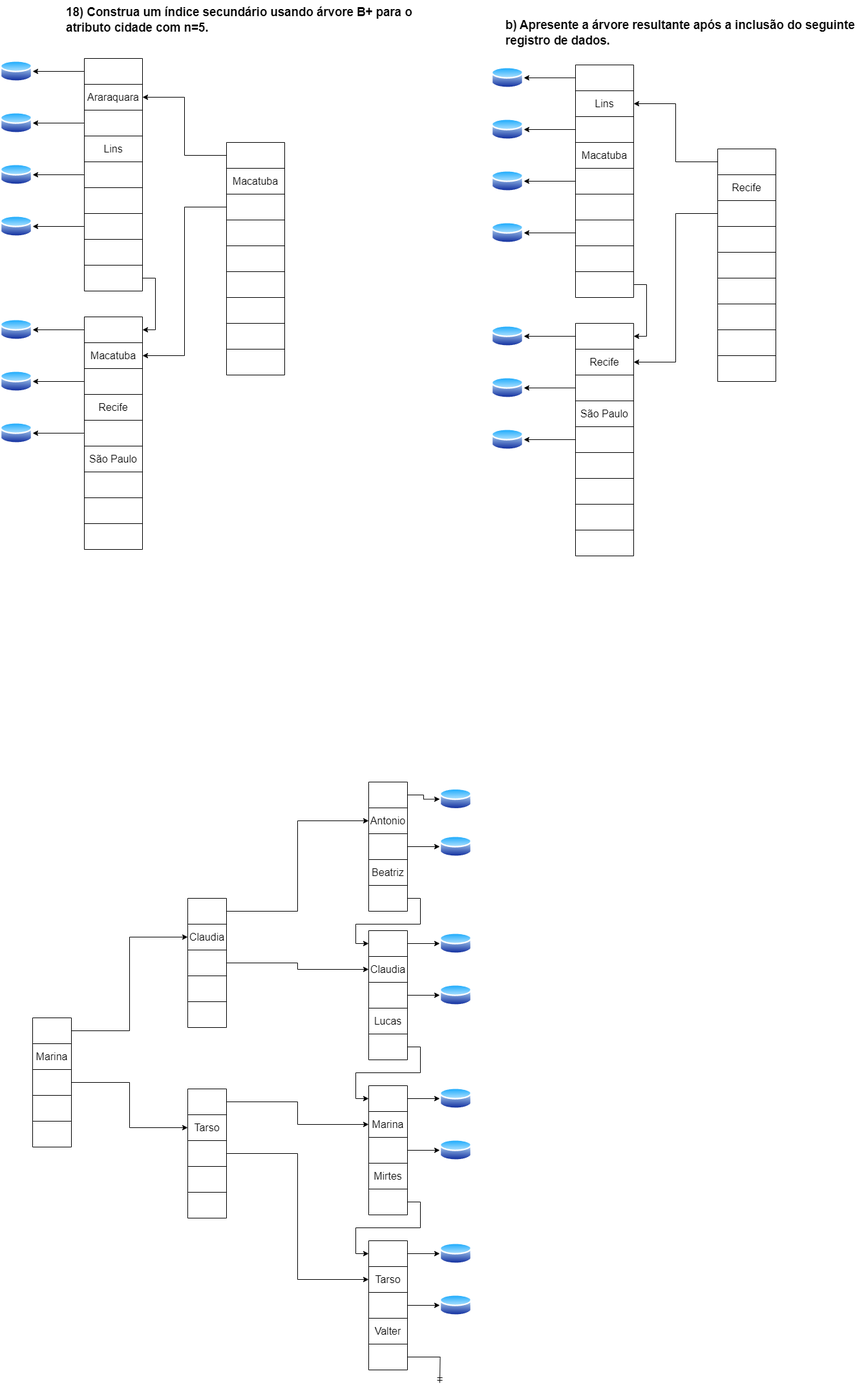
This is arvore b cidade n=5.drawio.png from VitorFonseca123/exerc_indice_BD, a draw.io export, as it was before one commit. Source tidied: cells renumbered, new cells last; positions are measured from the earlier drawing's top-left corner, leaving out a move shared by most shapes.
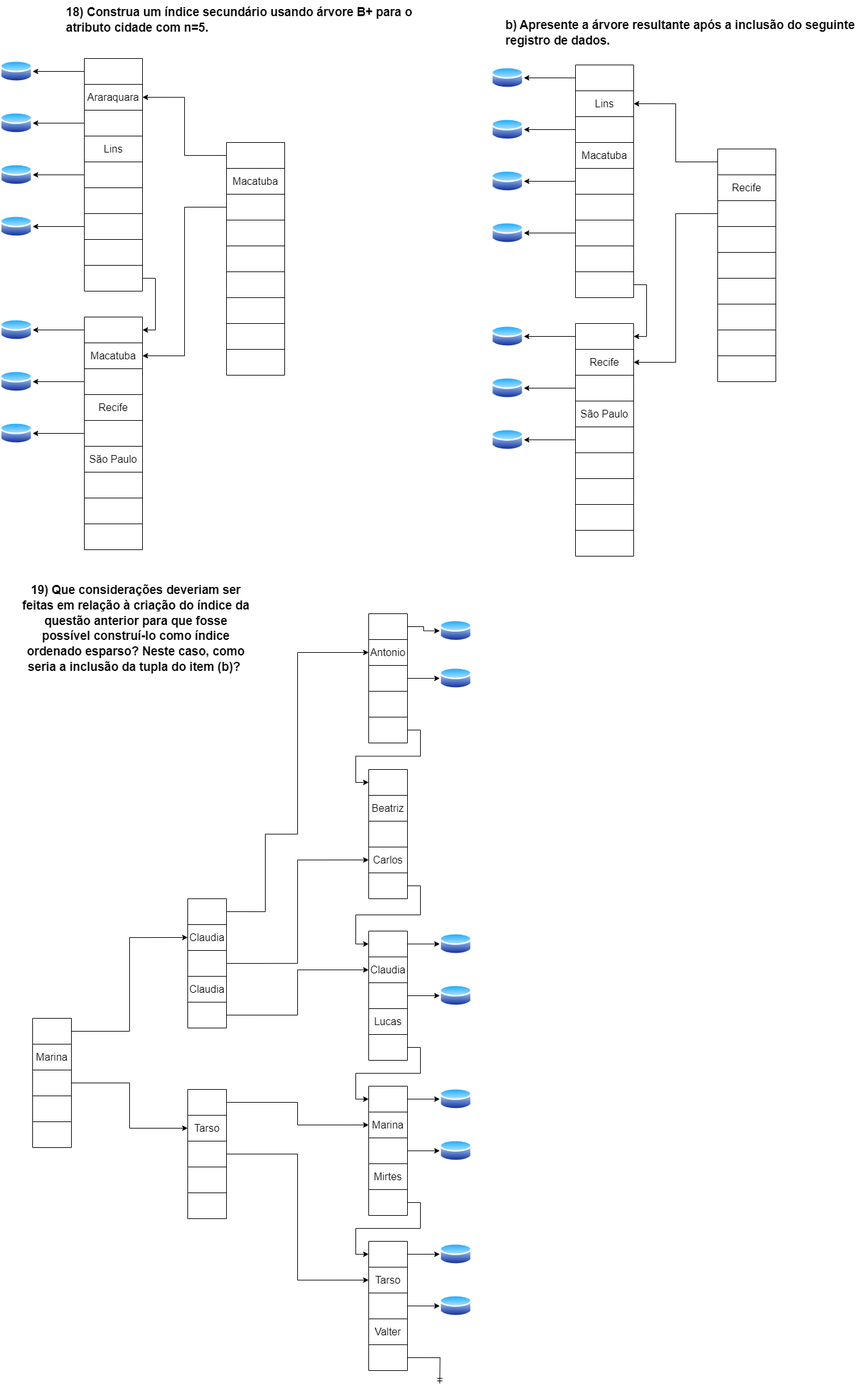
After the commit.

The edit, as a diff of the source:
```diff
@@ -453,7 +453,7 @@
       <mxGeometry relative="1" as="geometry" />
     </mxCell>
     <mxCell id="152" style="shape=table;startSize=0;fontSize=16;" parent="1" vertex="1">
-      <mxGeometry x="570" y="1210" width="60" height="200" as="geometry" />
+      <mxGeometry x="570" y="949" width="60" height="200" as="geometry" />
     </mxCell>
     <mxCell id="153" style="shape=tableRow;horizontal=0;startSize=0;swimlaneHead=0;swimlaneBody=0;strokeColor=inherit;top=0;left=0;bottom=0;right=0;fillColor=none;points=[[0,0.5],[1,0.5]];portConstraint=eastwest;fontSize=16;" parent="152" vertex="1">
       <mxGeometry width="60" height="40" as="geometry" />
@@ -476,7 +476,7 @@
     <mxCell id="159" style="shape=tableRow;horizontal=0;startSize=0;swimlaneHead=0;swimlaneBody=0;strokeColor=inherit;top=0;left=0;bottom=0;right=0;fillColor=none;fontSize=16;" parent="152" vertex="1">
       <mxGeometry y="120" width="60" height="40" as="geometry" />
     </mxCell>
-    <mxCell id="160" value="Beatriz" style="shape=partialRectangle;html=1;whiteSpace=wrap;strokeColor=inherit;overflow=hidden;fillColor=none;top=0;left=0;bottom=0;right=0;fontSize=16;" parent="159" vertex="1">
+    <mxCell id="160" style="shape=partialRectangle;html=1;whiteSpace=wrap;strokeColor=inherit;overflow=hidden;fillColor=none;top=0;left=0;bottom=0;right=0;fontSize=16;" parent="159" vertex="1">
       <mxGeometry width="60" height="40" as="geometry" />
     </mxCell>
     <mxCell id="161" style="shape=tableRow;horizontal=0;startSize=0;swimlaneHead=0;swimlaneBody=0;strokeColor=inherit;top=0;left=0;bottom=0;right=0;fillColor=none;points=[[0,0.5],[1,0.5]];portConstraint=eastwest;fontSize=16;" parent="152" vertex="1">
@@ -486,13 +486,13 @@
       <mxGeometry width="60" height="40" as="geometry" />
     </mxCell>
     <mxCell id="163" style="image;perimeter=ellipsePerimeter;html=1;align=center;shadow=0;dashed=0;spacingTop=3;image=img/lib/active_directory/database.svg;" parent="1" vertex="1">
-      <mxGeometry x="680" y="1218" width="50" height="37" as="geometry" />
+      <mxGeometry x="680" y="957" width="50" height="37" as="geometry" />
     </mxCell>
     <mxCell id="164" style="edgeStyle=orthogonalEdgeStyle;rounded=0;jettySize=auto;html=1;exitX=1;exitY=0.5;exitDx=0;exitDy=0;entryX=0;entryY=0.5;entryDx=0;entryDy=0;" parent="1" edge="1" source="153" target="163">
       <mxGeometry relative="1" as="geometry" />
     </mxCell>
     <mxCell id="165" style="image;perimeter=ellipsePerimeter;html=1;align=center;shadow=0;dashed=0;spacingTop=3;image=img/lib/active_directory/database.svg;" parent="1" vertex="1">
-      <mxGeometry x="680" y="1291.5" width="50" height="37" as="geometry" />
+      <mxGeometry x="680" y="1030.5" width="50" height="37" as="geometry" />
     </mxCell>
     <mxCell id="166" style="edgeStyle=orthogonalEdgeStyle;rounded=0;jettySize=auto;html=1;exitX=1;exitY=0.5;exitDx=0;exitDy=0;entryX=0;entryY=0.5;entryDx=0;entryDy=0;" parent="1" edge="1" source="157" target="165">
       <mxGeometry relative="1" as="geometry" />
@@ -542,9 +542,6 @@
     <mxCell id="181" style="edgeStyle=orthogonalEdgeStyle;rounded=0;jettySize=auto;html=1;exitX=1;exitY=0.5;exitDx=0;exitDy=0;entryX=0;entryY=0.5;entryDx=0;entryDy=0;" parent="1" edge="1" source="172" target="180">
       <mxGeometry relative="1" as="geometry" />
     </mxCell>
-    <mxCell id="182" style="edgeStyle=orthogonalEdgeStyle;rounded=0;jettySize=auto;html=1;exitX=1;exitY=0.5;exitDx=0;exitDy=0;entryX=0;entryY=0.5;entryDx=0;entryDy=0;" parent="1" edge="1" source="161" target="168">
-      <mxGeometry relative="1" as="geometry" />
-    </mxCell>
     <mxCell id="183" style="shape=table;startSize=0;fontSize=16;" parent="1" vertex="1">
       <mxGeometry x="570" y="1680" width="60" height="200" as="geometry" />
     </mxCell>
@@ -670,7 +667,7 @@
     <mxCell id="223" style="shape=tableRow;horizontal=0;startSize=0;swimlaneHead=0;swimlaneBody=0;strokeColor=inherit;top=0;left=0;bottom=0;right=0;fillColor=none;fontSize=16;" parent="216" vertex="1">
       <mxGeometry y="120" width="60" height="40" as="geometry" />
     </mxCell>
-    <mxCell id="224" style="shape=partialRectangle;html=1;whiteSpace=wrap;strokeColor=inherit;overflow=hidden;fillColor=none;top=0;left=0;bottom=0;right=0;fontSize=16;" parent="223" vertex="1">
+    <mxCell id="224" value="Claudia" style="shape=partialRectangle;html=1;whiteSpace=wrap;strokeColor=inherit;overflow=hidden;fillColor=none;top=0;left=0;bottom=0;right=0;fontSize=16;" parent="223" vertex="1">
       <mxGeometry width="60" height="40" as="geometry" />
     </mxCell>
     <mxCell id="225" style="shape=tableRow;horizontal=0;startSize=0;swimlaneHead=0;swimlaneBody=0;strokeColor=inherit;top=0;left=0;bottom=0;right=0;fillColor=none;points=[[0,0.5],[1,0.5]];portConstraint=eastwest;fontSize=16;" parent="216" vertex="1">
@@ -758,9 +755,16 @@
       <mxGeometry relative="1" as="geometry" />
     </mxCell>
     <mxCell id="253" style="edgeStyle=orthogonalEdgeStyle;rounded=0;jettySize=auto;html=1;exitX=1;exitY=0.5;exitDx=0;exitDy=0;" parent="1" edge="1" source="217" target="155">
-      <mxGeometry relative="1" as="geometry" />
+      <mxGeometry relative="1" as="geometry">
+        <Array as="points">
+          <mxPoint x="410" y="1410" />
+          <mxPoint x="410" y="1290" />
+          <mxPoint x="460" y="1290" />
+          <mxPoint x="460" y="1009" />
+        </Array>
+      </mxGeometry>
     </mxCell>
-    <mxCell id="254" style="edgeStyle=orthogonalEdgeStyle;rounded=0;jettySize=auto;html=1;exitX=1;exitY=0.5;exitDx=0;exitDy=0;" parent="1" edge="1" source="221" target="170">
+    <mxCell id="254" style="edgeStyle=orthogonalEdgeStyle;rounded=0;jettySize=auto;html=1;exitX=1;exitY=0.5;exitDx=0;exitDy=0;entryX=0;entryY=0.5;entryDx=0;entryDy=0;" parent="1" edge="1" source="221" target="265">
       <mxGeometry relative="1" as="geometry" />
     </mxCell>
     <mxCell id="255" style="edgeStyle=orthogonalEdgeStyle;rounded=0;jettySize=auto;html=1;exitX=1;exitY=0.5;exitDx=0;exitDy=0;entryX=0;entryY=0.5;entryDx=0;entryDy=0;" parent="1" edge="1" source="228" target="186">
@@ -769,5 +773,50 @@
     <mxCell id="256" style="edgeStyle=orthogonalEdgeStyle;rounded=0;jettySize=auto;html=1;exitX=1;exitY=0.5;exitDx=0;exitDy=0;entryX=0;entryY=0.5;entryDx=0;entryDy=0;" parent="1" edge="1" source="232" target="202">
       <mxGeometry relative="1" as="geometry" />
     </mxCell>
+    <mxCell id="257" value="&#10;&lt;span style=&quot;-webkit-user-drag: none; -webkit-tap-highlight-color: transparent; margin: 0px; padding: 0px; user-select: text; font-variant-ligatures: none !important; color: rgb(0, 0, 0); font-style: normal; font-variant-caps: normal; letter-spacing: normal; orphans: 2; text-align: justify; text-indent: 0px; text-transform: none; widows: 2; word-spacing: 0px; -webkit-text-stroke-width: 0px; white-space: pre-wrap; background-color: rgb(255, 255, 255); text-decoration-thickness: initial; text-decoration-style: initial; text-decoration-color: initial; font-size: 14pt; line-height: 23.7417px; font-family: Arial, Arial_EmbeddedFont, Arial_MSFontService, sans-serif; font-weight: bold;&quot; class=&quot;TextRun SCXW141978441 BCX0&quot; lang=&quot;PT-BR&quot;&gt;&lt;span style=&quot;-webkit-user-drag: none; -webkit-tap-highlight-color: transparent; margin: 0px; padding: 0px; user-select: text;&quot; class=&quot;NormalTextRun SCXW141978441 BCX0&quot;&gt;19) Que considerações deveriam ser feitas em relação à criação do índice da questão anterior para que fosse possível construí-lo como índice ordenado esparso? Neste caso, como seria a inclusão da tupla do item (b)?&lt;/span&gt;&lt;/span&gt;&lt;span style=&quot;-webkit-user-drag: none; -webkit-tap-highlight-color: transparent; margin: 0px; padding: 0px; user-select: text; color: rgb(0, 0, 0); font-style: normal; font-variant-ligatures: normal; font-variant-caps: normal; font-weight: 400; letter-spacing: normal; orphans: 2; text-align: justify; text-indent: 0px; text-transform: none; widows: 2; word-spacing: 0px; -webkit-text-stroke-width: 0px; white-space: pre-wrap; background-color: rgb(255, 255, 255); text-decoration-thickness: initial; text-decoration-style: initial; text-decoration-color: initial; font-size: 14pt; line-height: 23.7417px; font-family: Arial, Arial_EmbeddedFont, Arial_MSFontService, sans-serif;&quot; data-ccp-props=&quot;{&amp;quot;134233117&amp;quot;:false,&amp;quot;134233118&amp;quot;:false,&amp;quot;201341983&amp;quot;:0,&amp;quot;335551550&amp;quot;:6,&amp;quot;335551620&amp;quot;:6,&amp;quot;335559685&amp;quot;:0,&amp;quot;335559737&amp;quot;:0,&amp;quot;335559738&amp;quot;:0,&amp;quot;335559739&amp;quot;:160,&amp;quot;335559740&amp;quot;:259}&quot; class=&quot;EOP SCXW141978441 BCX0&quot;&gt;&amp;nbsp;&lt;/span&gt;&#10;&#10;" style="text;html=1;align=center;verticalAlign=middle;whiteSpace=wrap;rounded=0;" parent="1" vertex="1">
+      <mxGeometry x="30" y="964" width="360" height="30" as="geometry" />
+    </mxCell>
+    <mxCell id="258" style="shape=table;startSize=0;fontSize=16;" parent="1" vertex="1">
+      <mxGeometry x="570" y="1190" width="60" height="200" as="geometry" />
+    </mxCell>
+    <mxCell id="259" style="shape=tableRow;horizontal=0;startSize=0;swimlaneHead=0;swimlaneBody=0;strokeColor=inherit;top=0;left=0;bottom=0;right=0;fillColor=none;points=[[0,0.5],[1,0.5]];portConstraint=eastwest;fontSize=16;" parent="258" vertex="1">
+      <mxGeometry width="60" height="40" as="geometry" />
+    </mxCell>
+    <mxCell id="260" style="shape=partialRectangle;html=1;whiteSpace=wrap;strokeColor=inherit;overflow=hidden;fillColor=none;top=0;left=0;bottom=0;right=0;fontSize=16;" parent="259" vertex="1">
+      <mxGeometry width="60" height="40" as="geometry" />
+    </mxCell>
+    <mxCell id="261" style="shape=tableRow;horizontal=0;startSize=0;swimlaneHead=0;swimlaneBody=0;strokeColor=inherit;top=0;left=0;bottom=0;right=0;fillColor=none;fontSize=16;" parent="258" vertex="1">
+      <mxGeometry y="40" width="60" height="40" as="geometry" />
+    </mxCell>
+    <mxCell id="262" value="Beatriz" style="shape=partialRectangle;html=1;whiteSpace=wrap;strokeColor=inherit;overflow=hidden;fillColor=none;top=0;left=0;bottom=0;right=0;fontSize=16;" parent="261" vertex="1">
+      <mxGeometry width="60" height="40" as="geometry" />
+    </mxCell>
+    <mxCell id="263" style="shape=tableRow;horizontal=0;startSize=0;swimlaneHead=0;swimlaneBody=0;strokeColor=inherit;top=0;left=0;bottom=0;right=0;fillColor=none;fontSize=16;" parent="258" vertex="1">
+      <mxGeometry y="80" width="60" height="40" as="geometry" />
+    </mxCell>
+    <mxCell id="264" style="shape=partialRectangle;html=1;whiteSpace=wrap;strokeColor=inherit;overflow=hidden;fillColor=none;top=0;left=0;bottom=0;right=0;fontSize=16;" parent="263" vertex="1">
+      <mxGeometry width="60" height="40" as="geometry" />
+    </mxCell>
+    <mxCell id="265" style="shape=tableRow;horizontal=0;startSize=0;swimlaneHead=0;swimlaneBody=0;strokeColor=inherit;top=0;left=0;bottom=0;right=0;fillColor=none;points=[[0,0.5],[1,0.5]];portConstraint=eastwest;fontSize=16;" parent="258" vertex="1">
+      <mxGeometry y="120" width="60" height="40" as="geometry" />
+    </mxCell>
+    <mxCell id="266" value="Carlos" style="shape=partialRectangle;html=1;whiteSpace=wrap;strokeColor=inherit;overflow=hidden;fillColor=none;top=0;left=0;bottom=0;right=0;fontSize=16;" parent="265" vertex="1">
+      <mxGeometry width="60" height="40" as="geometry" />
+    </mxCell>
+    <mxCell id="267" style="shape=tableRow;horizontal=0;startSize=0;swimlaneHead=0;swimlaneBody=0;strokeColor=inherit;top=0;left=0;bottom=0;right=0;fillColor=none;points=[[0,0.5],[1,0.5]];portConstraint=eastwest;fontSize=16;" parent="258" vertex="1">
+      <mxGeometry y="160" width="60" height="40" as="geometry" />
+    </mxCell>
+    <mxCell id="268" style="shape=partialRectangle;html=1;whiteSpace=wrap;strokeColor=inherit;overflow=hidden;fillColor=none;top=0;left=0;bottom=0;right=0;fontSize=16;" parent="267" vertex="1">
+      <mxGeometry width="60" height="40" as="geometry" />
+    </mxCell>
+    <mxCell id="269" style="edgeStyle=orthogonalEdgeStyle;rounded=0;jettySize=auto;html=1;exitX=1;exitY=0.5;exitDx=0;exitDy=0;entryX=0;entryY=0.5;entryDx=0;entryDy=0;" parent="1" edge="1" source="161" target="259">
+      <mxGeometry relative="1" as="geometry" />
+    </mxCell>
+    <mxCell id="270" style="edgeStyle=orthogonalEdgeStyle;rounded=0;jettySize=auto;html=1;exitX=1;exitY=0.5;exitDx=0;exitDy=0;entryX=0;entryY=0.5;entryDx=0;entryDy=0;" parent="1" edge="1" source="267" target="168">
+      <mxGeometry relative="1" as="geometry" />
+    </mxCell>
+    <mxCell id="271" style="edgeStyle=orthogonalEdgeStyle;rounded=0;jettySize=auto;html=1;exitX=1;exitY=0.5;exitDx=0;exitDy=0;" parent="1" edge="1" source="225" target="170">
+      <mxGeometry relative="1" as="geometry" />
+    </mxCell>
   </root>
 </mxGraphModel>
```
